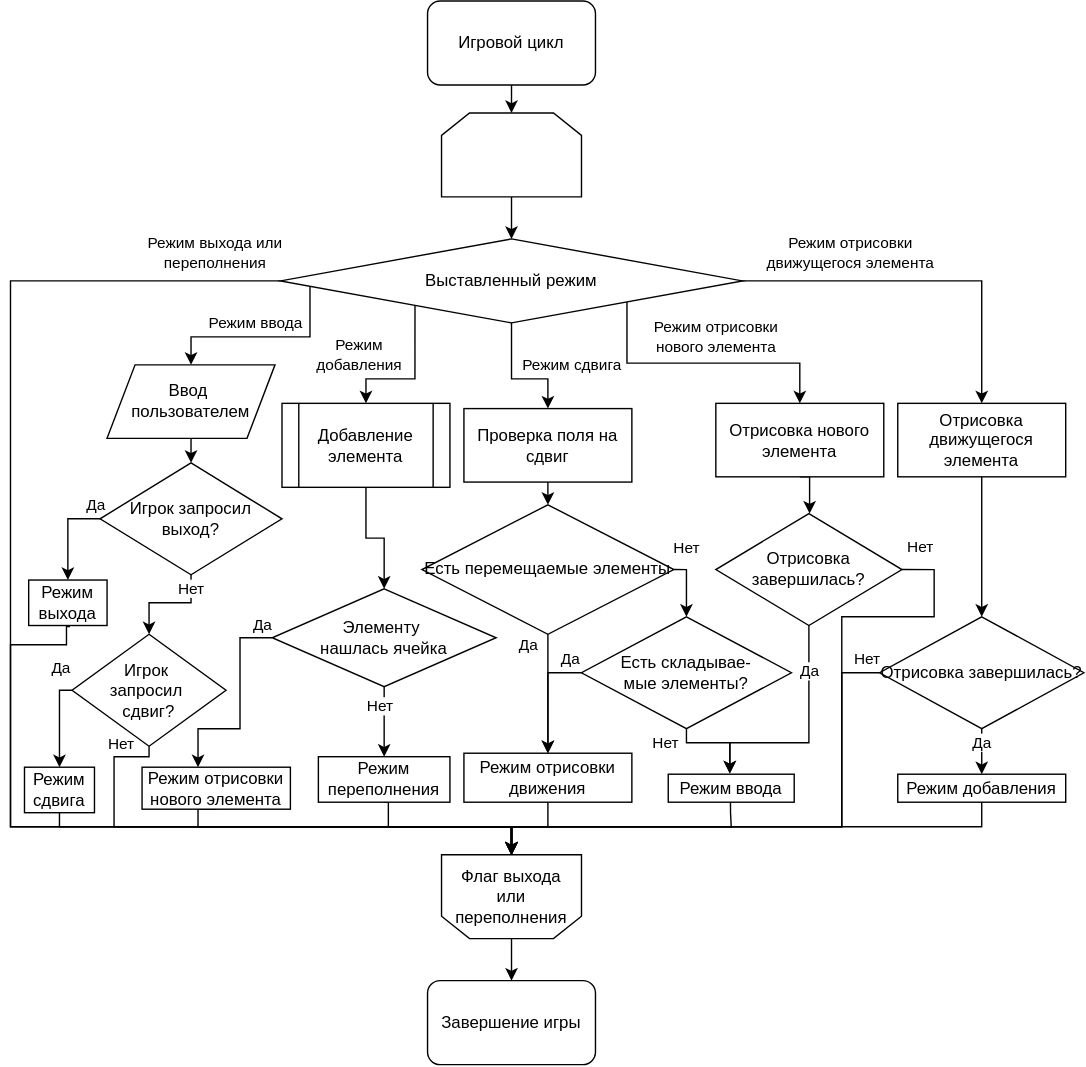
Earlier version of the draw.io export report/Игровой цикл.drawio.svg (zhigunovsemyon/2048). Source tidied: cells renumbered, new cells last; positions are measured from the earlier drawing's top-left corner, leaving out a move shared by most shapes.
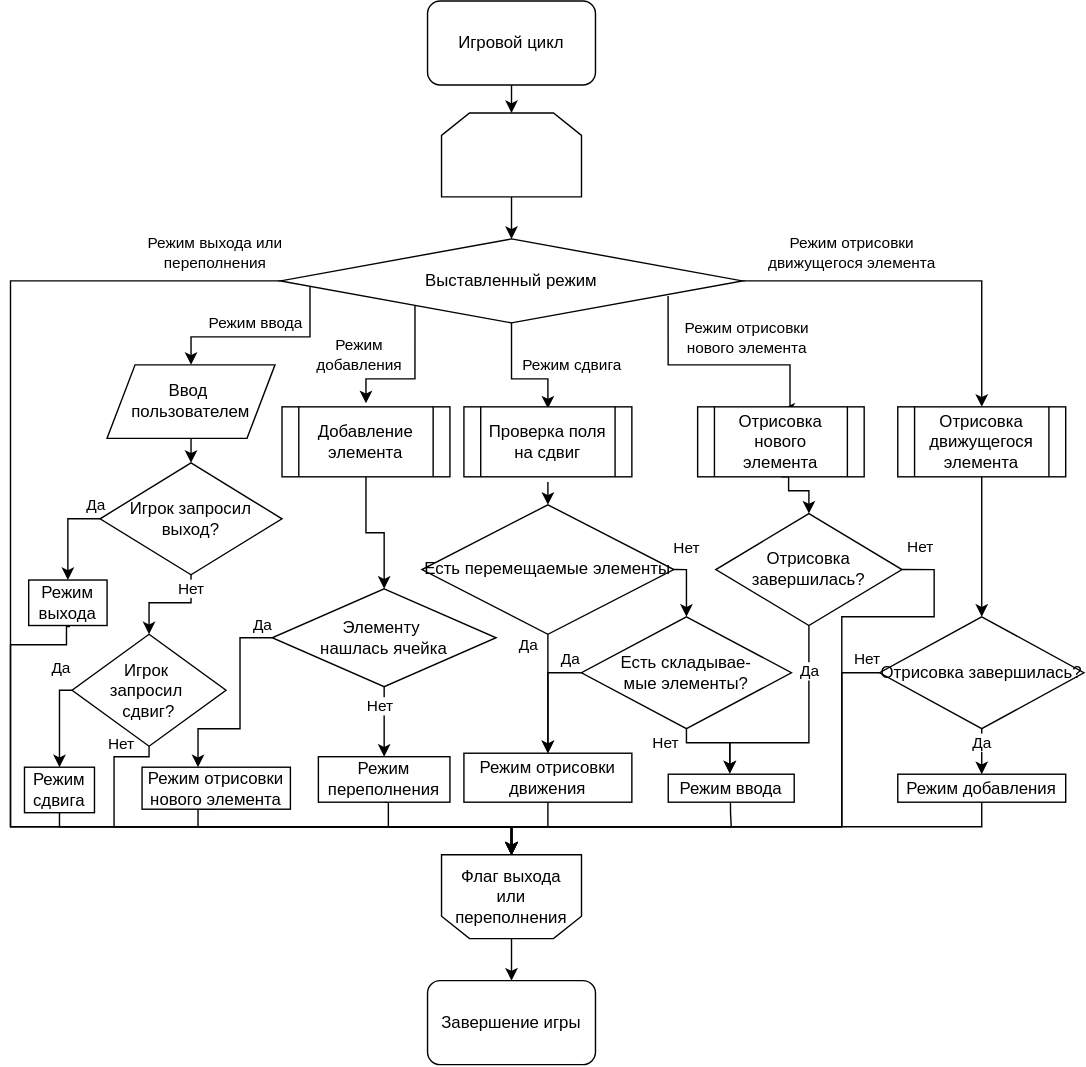
After the change.

Commit message:
Опять переделал блок-схему игрового цикла

What changed in the source:
```diff
@@ -42,7 +42,7 @@
         <mxPoint x="-10" y="-10" as="offset" />
       </mxGeometry>
     </mxCell>
-    <mxCell id="10" style="edgeStyle=orthogonalEdgeStyle;rounded=0;jettySize=auto;html=1;exitX=1;exitY=0.5;exitDx=0;exitDy=0;" parent="1" edge="1" source="16" target="20">
+    <mxCell id="10" style="edgeStyle=orthogonalEdgeStyle;rounded=0;jettySize=auto;html=1;exitX=1;exitY=0.5;exitDx=0;exitDy=0;entryX=0.5;entryY=0;entryDx=0;entryDy=0;" parent="1" edge="1" source="16" target="20">
       <mxGeometry relative="1" as="geometry" />
     </mxCell>
     <mxCell id="11" value="Режим отрисовки&lt;div&gt;&lt;div&gt;&lt;div&gt;движущегося элемента&lt;/div&gt;&lt;/div&gt;&lt;/div&gt;" style="edgeLabel;html=1;align=center;verticalAlign=middle;" parent="10" vertex="1">
@@ -50,16 +50,22 @@
         <mxPoint x="-19" y="-22" as="offset" />
       </mxGeometry>
     </mxCell>
-    <mxCell id="12" style="edgeStyle=orthogonalEdgeStyle;rounded=0;jettySize=auto;html=1;exitX=1;exitY=1;exitDx=0;exitDy=0;entryX=0.5;entryY=0;entryDx=0;entryDy=0;" parent="1" edge="1" source="16" target="46">
-      <mxGeometry relative="1" as="geometry" />
+    <mxCell id="12" style="edgeStyle=orthogonalEdgeStyle;rounded=0;jettySize=auto;html=1;exitX=0.839;exitY=0.68;exitDx=0;exitDy=0;entryX=0.508;entryY=0.033;entryDx=0;entryDy=0;entryPerimeter=0;exitPerimeter=0;" parent="1" edge="1" source="16" target="46">
+      <mxGeometry relative="1" as="geometry">
+        <Array as="points">
+          <mxPoint x="470" y="260" />
+          <mxPoint x="557" y="260" />
+        </Array>
+      </mxGeometry>
     </mxCell>
     <mxCell id="13" value="&lt;div&gt;Режим отрисовки&lt;/div&gt;&lt;div&gt;нового элемента&lt;/div&gt;" style="edgeLabel;html=1;align=center;verticalAlign=middle;" parent="12" vertex="1">
       <mxGeometry x="0.13" y="2" relative="1" as="geometry">
-        <mxPoint x="-4" y="-17" as="offset" />
+        <mxPoint x="7" y="-17" as="offset" />
       </mxGeometry>
     </mxCell>
-    <mxCell id="14" style="edgeStyle=orthogonalEdgeStyle;rounded=0;jettySize=auto;html=1;exitX=0.5;exitY=1;exitDx=0;exitDy=0;" parent="1" edge="1" source="16" target="56">
+    <mxCell id="14" style="edgeStyle=orthogonalEdgeStyle;rounded=0;jettySize=auto;html=1;exitX=0.5;exitY=1;exitDx=0;exitDy=0;" parent="1" edge="1" source="16">
       <mxGeometry relative="1" as="geometry">
+        <mxPoint x="384" y="291.2" as="targetPoint" />
         <Array as="points">
           <mxPoint x="358" y="270" />
           <mxPoint x="384" y="270" />
@@ -81,16 +87,8 @@
       <mxGeometry x="69" y="260" width="120" height="52.5" as="geometry" />
     </mxCell>
     <mxCell id="19" style="edgeStyle=orthogonalEdgeStyle;rounded=0;jettySize=auto;html=1;exitX=0.5;exitY=1;exitDx=0;exitDy=0;entryX=0.5;entryY=0;entryDx=0;entryDy=0;" parent="1" edge="1" source="20" target="44">
-      <mxGeometry relative="1" as="geometry">
-        <Array as="points">
-          <mxPoint x="694" y="360" />
-          <mxPoint x="694" y="360" />
-        </Array>
-      </mxGeometry>
+      <mxGeometry relative="1" as="geometry" />
     </mxCell>
-    <mxCell id="20" value="Отрисовка движущегося элемента" style="rounded=0;whiteSpace=wrap;html=1;" parent="1" vertex="1">
-      <mxGeometry x="634" y="287.5" width="120" height="52.5" as="geometry" />
-    </mxCell>
     <mxCell id="21" style="edgeStyle=orthogonalEdgeStyle;rounded=0;jettySize=auto;html=1;exitX=0.5;exitY=1;exitDx=0;exitDy=0;entryX=0.5;entryY=0;entryDx=0;entryDy=0;" parent="1" edge="1" source="22" target="3">
       <mxGeometry relative="1" as="geometry" />
     </mxCell>
@@ -158,7 +156,7 @@
       <mxGeometry relative="1" as="geometry" />
     </mxCell>
     <mxCell id="34" value="Добавление элемента" style="shape=process;whiteSpace=wrap;html=1;backgroundOutline=1;" parent="1" vertex="1">
-      <mxGeometry x="194" y="287.5" width="120" height="60" as="geometry" />
+      <mxGeometry x="194" y="290" width="120" height="50" as="geometry" />
     </mxCell>
     <mxCell id="35" style="edgeStyle=orthogonalEdgeStyle;rounded=0;jettySize=auto;html=1;exitX=0.5;exitY=1;exitDx=0;exitDy=0;entryX=0.5;entryY=0;entryDx=0;entryDy=0;" parent="1" edge="1" source="36" target="5">
       <mxGeometry relative="1" as="geometry">
@@ -214,14 +212,11 @@
     <mxCell id="45" style="edgeStyle=orthogonalEdgeStyle;rounded=0;jettySize=auto;html=1;exitX=0.5;exitY=1;exitDx=0;exitDy=0;entryX=0.5;entryY=0;entryDx=0;entryDy=0;" parent="1" edge="1" source="46" target="48">
       <mxGeometry relative="1" as="geometry">
         <Array as="points">
-          <mxPoint x="571" y="340" />
-          <mxPoint x="571" y="366" />
+          <mxPoint x="556" y="350" />
+          <mxPoint x="571" y="350" />
         </Array>
       </mxGeometry>
     </mxCell>
-    <mxCell id="46" value="Отрисовка нового элемента" style="rounded=0;whiteSpace=wrap;html=1;" parent="1" vertex="1">
-      <mxGeometry x="504" y="287.5" width="120" height="52.5" as="geometry" />
-    </mxCell>
     <mxCell id="47" style="edgeStyle=orthogonalEdgeStyle;rounded=0;jettySize=auto;html=1;exitX=1;exitY=0.5;exitDx=0;exitDy=0;entryX=0.5;entryY=0;entryDx=0;entryDy=0;" parent="1" edge="1" source="48" target="5">
       <mxGeometry relative="1" as="geometry">
         <Array as="points">
@@ -274,12 +269,11 @@
     <mxCell id="54" value="&lt;div&gt;Режим добавления&lt;/div&gt;" style="rounded=0;whiteSpace=wrap;html=1;" parent="1" vertex="1">
       <mxGeometry x="634" y="552.5" width="120" height="20" as="geometry" />
     </mxCell>
-    <mxCell id="55" style="edgeStyle=orthogonalEdgeStyle;rounded=0;jettySize=auto;html=1;exitX=0.5;exitY=1;exitDx=0;exitDy=0;entryX=0.5;entryY=0;entryDx=0;entryDy=0;" parent="1" edge="1" source="56" target="62">
-      <mxGeometry relative="1" as="geometry" />
+    <mxCell id="55" style="edgeStyle=orthogonalEdgeStyle;rounded=0;jettySize=auto;html=1;exitX=0.5;exitY=1;exitDx=0;exitDy=0;entryX=0.5;entryY=0;entryDx=0;entryDy=0;" parent="1" edge="1" target="62">
+      <mxGeometry relative="1" as="geometry">
+        <mxPoint x="384" y="343.8" as="sourcePoint" />
+      </mxGeometry>
     </mxCell>
-    <mxCell id="56" value="Проверка поля на сдвиг" style="rounded=0;whiteSpace=wrap;html=1;" parent="1" vertex="1">
-      <mxGeometry x="324" y="291.2" width="120" height="52.5" as="geometry" />
-    </mxCell>
     <mxCell id="57" style="edgeStyle=orthogonalEdgeStyle;rounded=0;jettySize=auto;html=1;exitX=1;exitY=0.5;exitDx=0;exitDy=0;entryX=0.5;entryY=0;entryDx=0;entryDy=0;" parent="1" edge="1" source="62" target="66">
       <mxGeometry relative="1" as="geometry" />
     </mxCell>
@@ -413,5 +407,14 @@
     <mxCell id="80" value="&lt;div&gt;Режим&lt;br&gt;&lt;/div&gt;&lt;div&gt;выхода&lt;br&gt;&lt;/div&gt;" style="rounded=0;whiteSpace=wrap;html=1;" parent="1" vertex="1">
       <mxGeometry x="13" y="413.8" width="56" height="32.5" as="geometry" />
     </mxCell>
+    <mxCell id="56" value="Проверка поля на сдвиг" style="shape=process;whiteSpace=wrap;html=1;backgroundOutline=1;" parent="1" vertex="1">
+      <mxGeometry x="324" y="290" width="120" height="50" as="geometry" />
+    </mxCell>
+    <mxCell id="46" value="Отрисовка нового элемента" style="shape=process;whiteSpace=wrap;html=1;backgroundOutline=1;" parent="1" vertex="1">
+      <mxGeometry x="491" y="290" width="119" height="50" as="geometry" />
+    </mxCell>
+    <mxCell id="20" value="Отрисовка движущегося элемента" style="shape=process;whiteSpace=wrap;html=1;backgroundOutline=1;" parent="1" vertex="1">
+      <mxGeometry x="634" y="290" width="120" height="50" as="geometry" />
+    </mxCell>
   </root>
 </mxGraphModel>
```
